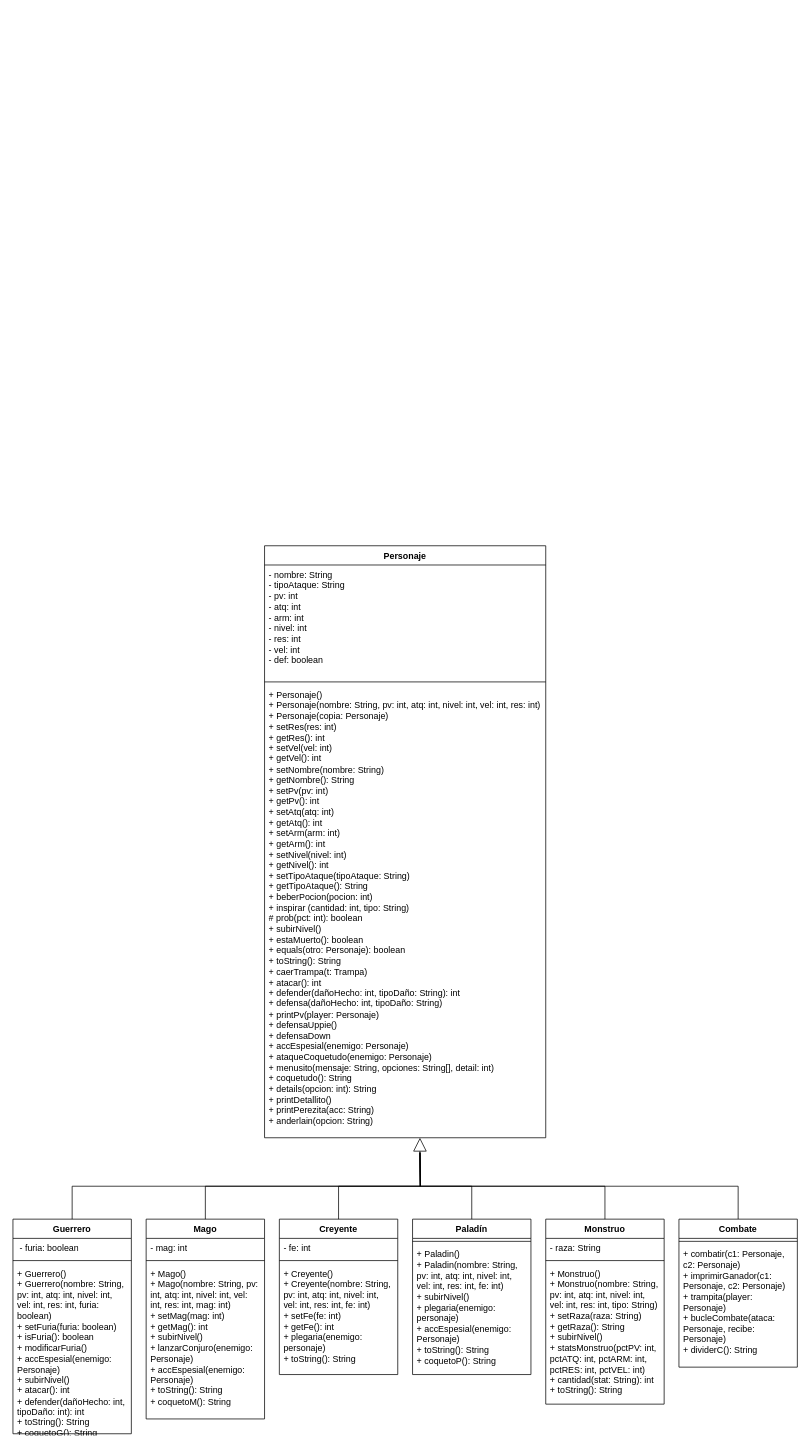
akiipv/Practica_Entornos keeps this draw.io diagram as PracticaT5_EDS.drawio. Above is the earlier version. Source tidied: cells renumbered, new cells numbered last; positions are measured from the earlier drawing's top-left corner, leaving out a move shared by most shapes. Both pictures are drawn from the tidied source at 74%, with x=0, y=0 at pixel (13, 545).
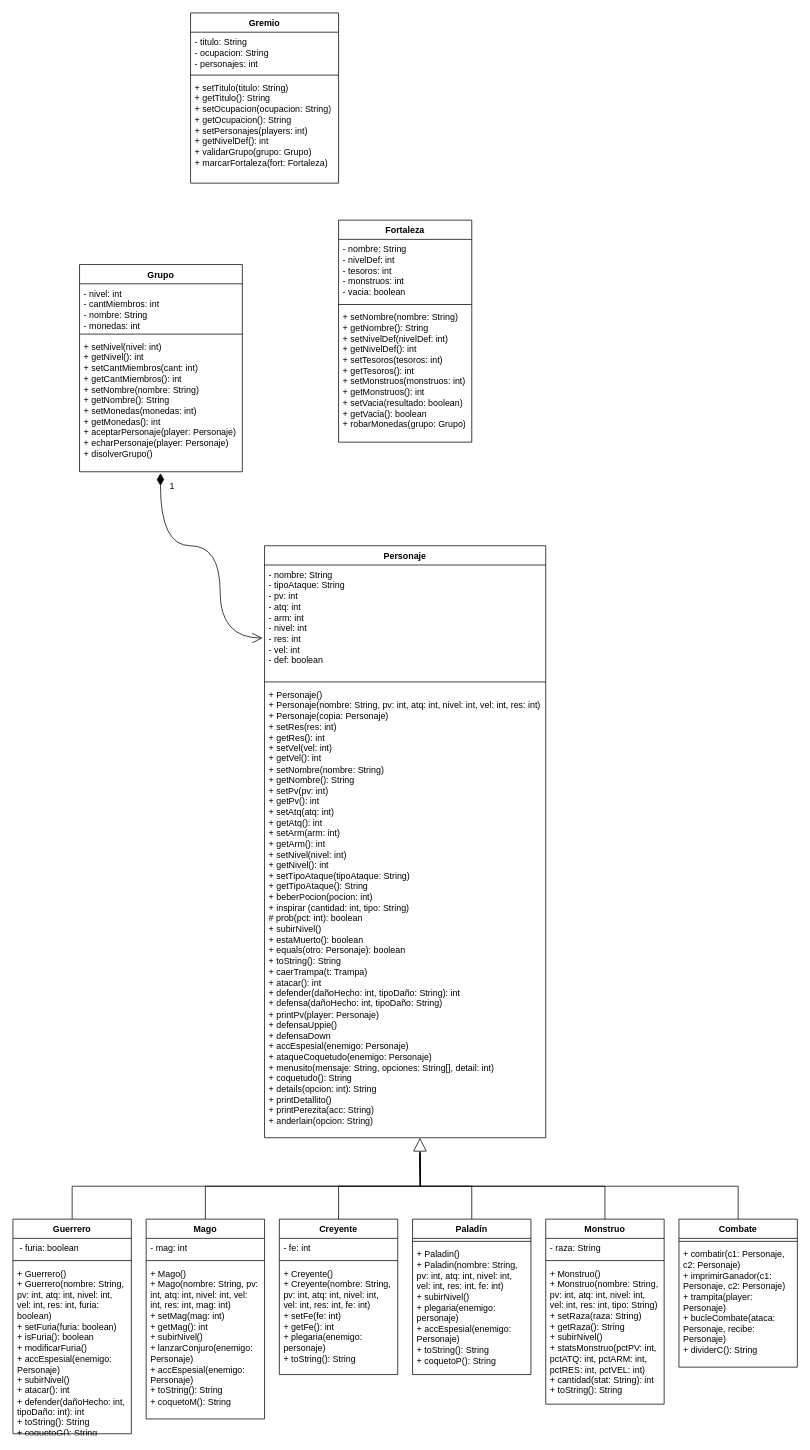
The same diagram, later.

Unchanged cells that the change refers to:
```xml
<mxCell id="3" value="&lt;div&gt;- nombre: String&lt;/div&gt;&lt;div&gt;- tipoAtaque: String&lt;/div&gt;&lt;div&gt;- pv: int&lt;/div&gt;&lt;div&gt;- atq: int&lt;/div&gt;&lt;div&gt;- arm: int&lt;/div&gt;&lt;div&gt;- nivel: int&lt;/div&gt;&lt;div&gt;- res: int&lt;/div&gt;&lt;div&gt;- vel: int&lt;/div&gt;&lt;div&gt;- def: boolean&lt;/div&gt;" style="text;strokeColor=none;fillColor=none;align=left;verticalAlign=top;spacingLeft=4;spacingRight=4;overflow=hidden;points=[[0,0.5],[1,0.5]];portConstraint=eastwest;whiteSpace=wrap;html=1;" parent="2" vertex="1">
  <mxGeometry y="26" width="380" height="154" as="geometry" />
</mxCell>
```

Diff of the diagram source:
```diff
@@
+    <mxCell id="35" value="Grupo" style="swimlane;fontStyle=1;align=center;verticalAlign=top;horizontal=1;startSize=26;whiteSpace=wrap;html=1;" parent="1" vertex="1">
+      <mxGeometry x="90" y="-380" width="220" height="280" as="geometry" />
+    </mxCell>
+    <mxCell id="36" value="&lt;div&gt;- nivel: int&lt;/div&gt;&lt;div&gt;- cantMiembros: int&lt;/div&gt;&lt;div&gt;- nombre: String&lt;/div&gt;&lt;div&gt;- monedas: int&lt;/div&gt;" style="text;strokeColor=none;fillColor=none;align=left;verticalAlign=top;spacingLeft=4;spacingRight=4;overflow=hidden;whiteSpace=wrap;html=1;" parent="35" vertex="1">
+      <mxGeometry y="26" width="220" height="64" as="geometry" />
+    </mxCell>
+    <mxCell id="37" style="line;strokeWidth=1;fillColor=none;align=left;verticalAlign=middle;spacingTop=-1;spacingLeft=3;spacingRight=3;labelPosition=right;strokeColor=inherit;" parent="35" vertex="1">
+      <mxGeometry y="90" width="220" height="8" as="geometry" />
+    </mxCell>
+    <mxCell id="38" value="&lt;div&gt;&lt;div&gt;+ setNivel(nivel: int)&lt;/div&gt;&lt;div&gt;+ getNivel(): int&lt;/div&gt;&lt;div&gt;+ setCantMiembros(cant: int)&lt;/div&gt;&lt;div&gt;+ getCantMiembros(): int&lt;div&gt;+ setNombre(nombre: String)&lt;/div&gt;&lt;div&gt;+ getNombre(): String&lt;div&gt;+ setMonedas(monedas: int)&lt;/div&gt;&lt;div&gt;+ getMonedas(): int&lt;/div&gt;&lt;/div&gt;&lt;/div&gt;&lt;/div&gt;&lt;div&gt;+ aceptarPersonaje(player: Personaje)&lt;/div&gt;&lt;div&gt;+ echarPersonaje(player: Personaje)&lt;/div&gt;&lt;div&gt;+ disolverGrupo()&lt;/div&gt;" style="text;strokeColor=none;fillColor=none;align=left;verticalAlign=top;spacingLeft=4;spacingRight=4;overflow=hidden;points=[[0,0.5],[1,0.5]];portConstraint=eastwest;whiteSpace=wrap;html=1;" parent="35" vertex="1">
+      <mxGeometry y="98" width="220" height="182" as="geometry" />
+    </mxCell>
+    <mxCell id="39" value="Fortaleza" style="swimlane;fontStyle=1;align=center;verticalAlign=top;horizontal=1;startSize=26;whiteSpace=wrap;html=1;" parent="1" vertex="1">
+      <mxGeometry x="440" y="-440" width="180" height="300" as="geometry" />
+    </mxCell>
+    <mxCell id="40" value="&lt;div&gt;- nombre: String&lt;/div&gt;&lt;div&gt;- nivelDef: int&lt;/div&gt;&lt;div&gt;- tesoros: int&lt;/div&gt;&lt;div&gt;- monstruos: int&lt;/div&gt;&lt;div&gt;- vacia: boolean&lt;/div&gt;" style="text;strokeColor=none;fillColor=none;align=left;verticalAlign=top;spacingLeft=4;spacingRight=4;overflow=hidden;whiteSpace=wrap;html=1;" parent="39" vertex="1">
+      <mxGeometry y="26" width="180" height="84" as="geometry" />
+    </mxCell>
+    <mxCell id="41" style="line;strokeWidth=1;fillColor=none;align=left;verticalAlign=middle;spacingTop=-1;spacingLeft=3;spacingRight=3;labelPosition=right;strokeColor=inherit;" parent="39" vertex="1">
+      <mxGeometry y="110" width="180" height="8" as="geometry" />
+    </mxCell>
+    <mxCell id="42" value="&lt;div&gt;&lt;div&gt;&lt;div&gt;+ setNombre(nombre: String)&lt;/div&gt;&lt;div&gt;+ getNombre(): String&lt;/div&gt;+ setNivelDef(nivelDef: int)&lt;/div&gt;&lt;div&gt;+ getNivelDef(): int&lt;div&gt;+ setTesoros(tesoros: int)&lt;/div&gt;&lt;div&gt;+ getTesoros(): int&lt;div&gt;+ setMonstruos(monstruos: int)&lt;/div&gt;&lt;div&gt;+ getMonstruos(): int&lt;div&gt;+ setVacia(resultado: boolean)&lt;/div&gt;&lt;div&gt;+ getVacia(): boolean&lt;/div&gt;&lt;div&gt;+ robarMonedas(grupo: Grupo)&lt;/div&gt;&lt;/div&gt;&lt;/div&gt;&lt;/div&gt;&lt;/div&gt;" style="text;strokeColor=none;fillColor=none;align=left;verticalAlign=top;spacingLeft=4;spacingRight=4;overflow=hidden;whiteSpace=wrap;html=1;" parent="39" vertex="1">
+      <mxGeometry y="118" width="180" height="182" as="geometry" />
+    </mxCell>
+    <mxCell id="43" value="Gremio" style="swimlane;fontStyle=1;align=center;verticalAlign=top;horizontal=1;startSize=26;whiteSpace=wrap;html=1;" parent="1" vertex="1">
+      <mxGeometry x="240" y="-720" width="200" height="230" as="geometry" />
+    </mxCell>
+    <mxCell id="44" value="&lt;div&gt;- titulo: String&lt;/div&gt;&lt;div&gt;- ocupacion: String&lt;/div&gt;&lt;div&gt;- personajes: int&lt;/div&gt;" style="text;strokeColor=none;fillColor=none;align=left;verticalAlign=top;spacingLeft=4;spacingRight=4;overflow=hidden;whiteSpace=wrap;html=1;" parent="43" vertex="1">
+      <mxGeometry y="26" width="200" height="54" as="geometry" />
+    </mxCell>
+    <mxCell id="45" style="line;strokeWidth=1;fillColor=none;align=left;verticalAlign=middle;spacingTop=-1;spacingLeft=3;spacingRight=3;labelPosition=right;strokeColor=inherit;" parent="43" vertex="1">
+      <mxGeometry y="80" width="200" height="8" as="geometry" />
+    </mxCell>
+    <mxCell id="46" value="&lt;div&gt;&lt;div&gt;&lt;div&gt;+ setTitulo(titulo: String)&lt;/div&gt;&lt;div&gt;+ getTitulo(): String&lt;div&gt;+ setOcupacion(ocupacion: String)&lt;/div&gt;&lt;div&gt;+ getOcupacion(): String&lt;/div&gt;&lt;/div&gt;+ setPersonajes(players: int)&lt;/div&gt;&lt;div&gt;+ getNivelDef(): int&lt;/div&gt;+ validarGrupo(grupo: Grupo)&lt;/div&gt;&lt;div&gt;+ marcarFortaleza(fort: Fortaleza)&lt;/div&gt;" style="text;strokeColor=none;fillColor=none;align=left;verticalAlign=top;spacingLeft=4;spacingRight=4;overflow=hidden;whiteSpace=wrap;html=1;" parent="43" vertex="1">
+      <mxGeometry y="88" width="200" height="142" as="geometry" />
+    </mxCell>
+    <mxCell id="47" value="1" style="endArrow=open;html=1;endSize=12;startArrow=diamondThin;startSize=14;startFill=1;edgeStyle=orthogonalEdgeStyle;align=left;verticalAlign=bottom;rounded=0;fontSize=12;curved=1;entryX=-0.007;entryY=0.641;entryDx=0;entryDy=0;entryPerimeter=0;exitX=0.497;exitY=1.011;exitDx=0;exitDy=0;exitPerimeter=0;" parent="1" edge="1" source="38" target="3">
+      <mxGeometry x="-0.85" y="11" relative="1" as="geometry">
+        <Array as="points">
+          <mxPoint x="199" />
+          <mxPoint x="280" />
+          <mxPoint x="280" y="125" />
+        </Array>
+      </mxGeometry>
+    </mxCell>
```
